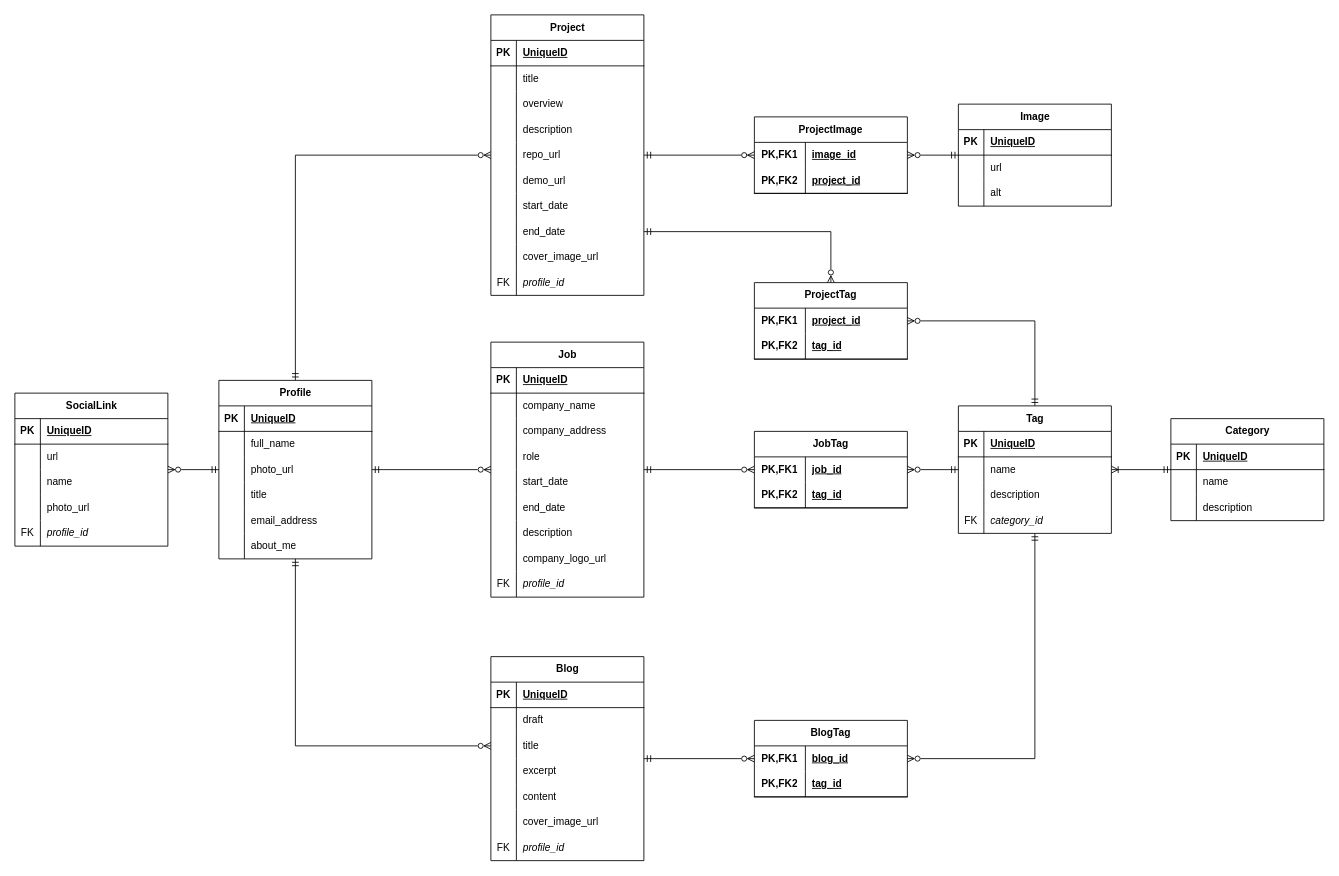
Before: src/db/docs/ERD.drawio in pieter-dutoit/portfolio, a draw.io diagram. Source tidied: cells renumbered, new cells numbered last; positions are measured from the earlier drawing's top-left corner, leaving out a move shared by most shapes. Both pictures are drawn from the tidied source at 85%, with x=0, y=0 at pixel (14, 14).
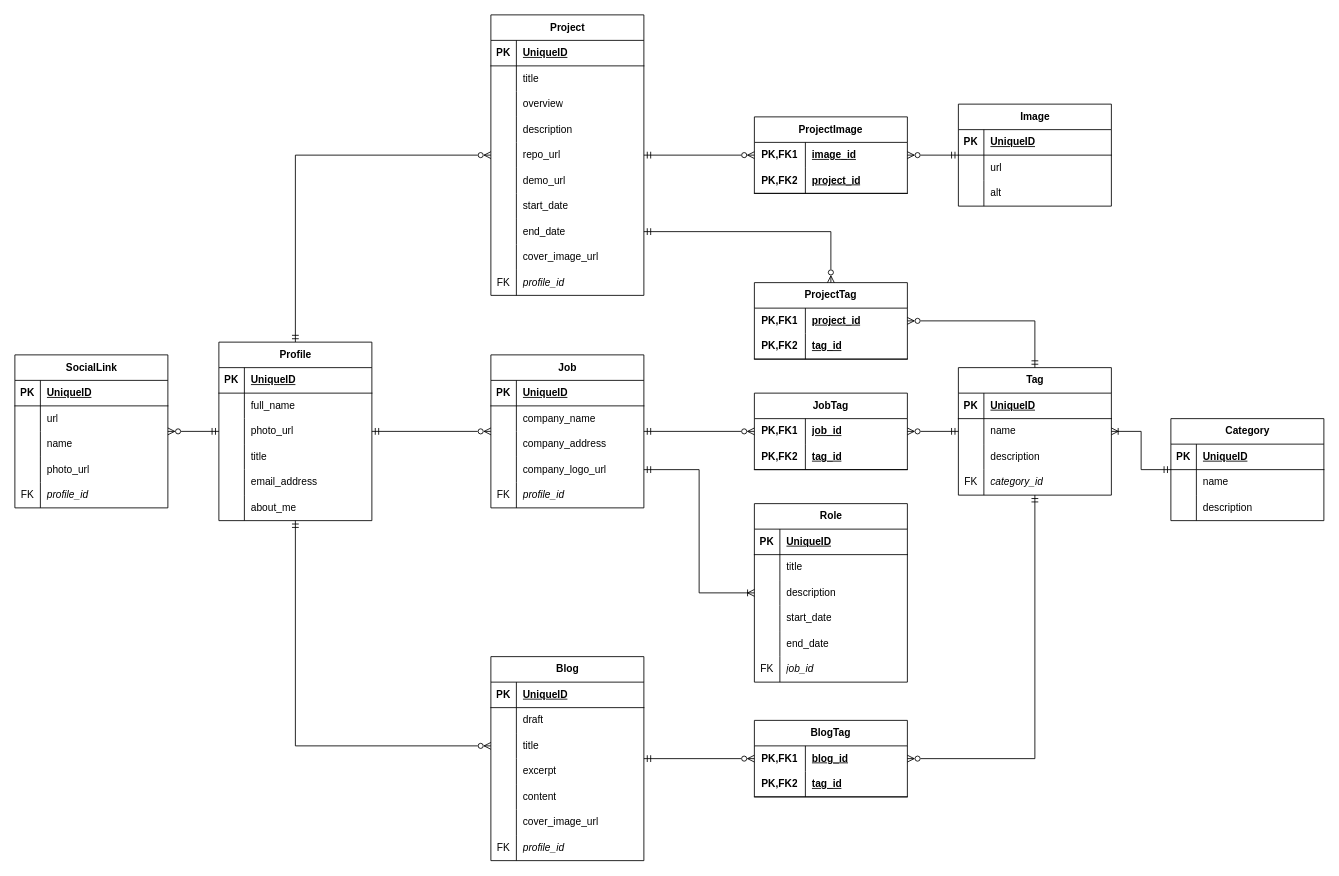
The same page after the edit.

The edit, as a diff of the source:
```diff
@@
     <mxCell id="4" value="Profile" style="shape=table;startSize=30;childLayout=tableLayout;rowLines=0;fontStyle=1;align=center;html=1;" parent="1" vertex="1">
-      <mxGeometry x="240" y="430" width="180" height="210" as="geometry" />
+      <mxGeometry x="240" y="385" width="180" height="210" as="geometry" />
     </mxCell>
@@
     <mxCell id="23" value="SocialLink" style="shape=table;startSize=30;childLayout=tableLayout;rowLines=0;fontStyle=1;align=center;html=1;" parent="1" vertex="1">
-      <mxGeometry y="445" width="180" height="180" as="geometry" />
+      <mxGeometry y="400" width="180" height="180" as="geometry" />
     </mxCell>
@@
     <mxCell id="40" value="Job" style="shape=table;startSize=30;childLayout=tableLayout;rowLines=0;fontStyle=1;align=center;html=1;" parent="1" vertex="1">
-      <mxGeometry x="560" y="385" width="180" height="300" as="geometry" />
+      <mxGeometry x="560" y="400" width="180" height="180" as="geometry" />
     </mxCell>
@@
-    <mxCell id="50" style="shape=tableRow;horizontal=0;startSize=0;swimlaneHead=0;swimlaneBody=0;fillColor=none;top=0;left=0;right=0;bottom=0;" parent="40" vertex="1">
-      <mxGeometry y="120" width="180" height="30" as="geometry" />
-    </mxCell>
-    <mxCell id="51" style="shape=partialRectangle;fillColor=none;top=0;left=0;bottom=0;right=0;overflow=hidden;whiteSpace=wrap;html=1;" parent="50" vertex="1">
-      <mxGeometry width="30" height="30" as="geometry" />
-    </mxCell>
-    <mxCell id="52" value="role" style="shape=partialRectangle;fillColor=none;top=0;left=0;bottom=0;right=0;align=left;spacingLeft=6;overflow=hidden;whiteSpace=wrap;html=1;" parent="50" vertex="1">
-      <mxGeometry x="30" width="150" height="30" as="geometry" />
-    </mxCell>
-    <mxCell id="53" style="shape=tableRow;horizontal=0;startSize=0;swimlaneHead=0;swimlaneBody=0;fillColor=none;top=0;left=0;right=0;bottom=0;" parent="40" vertex="1">
-      <mxGeometry y="150" width="180" height="30" as="geometry" />
-    </mxCell>
-    <mxCell id="54" style="shape=partialRectangle;fillColor=none;top=0;left=0;bottom=0;right=0;overflow=hidden;whiteSpace=wrap;html=1;" parent="53" vertex="1">
-      <mxGeometry width="30" height="30" as="geometry" />
-    </mxCell>
-    <mxCell id="55" value="start_date" style="shape=partialRectangle;fillColor=none;top=0;left=0;bottom=0;right=0;align=left;spacingLeft=6;overflow=hidden;whiteSpace=wrap;html=1;" parent="53" vertex="1">
-      <mxGeometry x="30" width="150" height="30" as="geometry" />
-    </mxCell>
-    <mxCell id="56" style="shape=tableRow;horizontal=0;startSize=0;swimlaneHead=0;swimlaneBody=0;fillColor=none;top=0;left=0;right=0;bottom=0;" parent="40" vertex="1">
-      <mxGeometry y="180" width="180" height="30" as="geometry" />
-    </mxCell>
-    <mxCell id="57" style="shape=partialRectangle;fillColor=none;top=0;left=0;bottom=0;right=0;overflow=hidden;whiteSpace=wrap;html=1;" parent="56" vertex="1">
-      <mxGeometry width="30" height="30" as="geometry" />
-    </mxCell>
-    <mxCell id="58" value="end_date" style="shape=partialRectangle;fillColor=none;top=0;left=0;bottom=0;right=0;align=left;spacingLeft=6;overflow=hidden;whiteSpace=wrap;html=1;" parent="56" vertex="1">
-      <mxGeometry x="30" width="150" height="30" as="geometry" />
-    </mxCell>
-    <mxCell id="59" style="shape=tableRow;horizontal=0;startSize=0;swimlaneHead=0;swimlaneBody=0;fillColor=none;top=0;left=0;right=0;bottom=0;" parent="40" vertex="1">
-      <mxGeometry y="210" width="180" height="30" as="geometry" />
-    </mxCell>
-    <mxCell id="60" style="shape=partialRectangle;fillColor=none;top=0;left=0;bottom=0;right=0;overflow=hidden;whiteSpace=wrap;html=1;" parent="59" vertex="1">
-      <mxGeometry width="30" height="30" as="geometry" />
-    </mxCell>
-    <mxCell id="61" value="description" style="shape=partialRectangle;fillColor=none;top=0;left=0;bottom=0;right=0;align=left;spacingLeft=6;overflow=hidden;whiteSpace=wrap;html=1;" parent="59" vertex="1">
-      <mxGeometry x="30" width="150" height="30" as="geometry" />
-    </mxCell>
     <mxCell id="62" style="shape=tableRow;horizontal=0;startSize=0;swimlaneHead=0;swimlaneBody=0;fillColor=none;points=[[0,0.5],[1,0.5]];portConstraint=eastwest;top=0;left=0;right=0;bottom=0;" parent="40" vertex="1">
-      <mxGeometry y="240" width="180" height="30" as="geometry" />
+      <mxGeometry y="120" width="180" height="30" as="geometry" />
     </mxCell>
@@
     <mxCell id="65" style="shape=tableRow;horizontal=0;startSize=0;swimlaneHead=0;swimlaneBody=0;fillColor=none;top=0;left=0;right=0;bottom=0;" parent="40" vertex="1">
-      <mxGeometry y="270" width="180" height="30" as="geometry" />
+      <mxGeometry y="150" width="180" height="30" as="geometry" />
     </mxCell>
@@
     <mxCell id="70" value="Tag" style="shape=table;startSize=30;childLayout=tableLayout;rowLines=0;fontStyle=1;align=center;html=1;" parent="1" vertex="1">
-      <mxGeometry x="1110" y="460" width="180" height="150" as="geometry" />
+      <mxGeometry x="1110" y="415" width="180" height="150" as="geometry" />
     </mxCell>
@@
     <mxCell id="94" value="JobTag" style="shape=table;startSize=30;childLayout=tableLayout;rowLines=0;fontStyle=1;align=center;html=1;whiteSpace=wrap;" parent="1" vertex="1">
-      <mxGeometry x="870" y="490" width="180" height="90" as="geometry" />
+      <mxGeometry x="870" y="445" width="180" height="90" as="geometry" />
     </mxCell>
@@
+    <mxCell id="192" value="Role" style="shape=table;startSize=30;childLayout=tableLayout;rowLines=0;fontStyle=1;align=center;html=1;" parent="1" vertex="1">
+      <mxGeometry x="870" y="575" width="180" height="210" as="geometry" />
+    </mxCell>
+    <mxCell id="193" style="shape=tableRow;horizontal=0;startSize=0;swimlaneHead=0;swimlaneBody=0;fillColor=none;top=0;left=0;right=0;bottom=1;" parent="192" vertex="1">
+      <mxGeometry y="30" width="180" height="30" as="geometry" />
+    </mxCell>
+    <mxCell id="194" value="PK" style="shape=partialRectangle;fillColor=none;top=0;left=0;bottom=0;right=0;fontStyle=1;overflow=hidden;whiteSpace=wrap;html=1;" parent="193" vertex="1">
+      <mxGeometry width="30" height="30" as="geometry" />
+    </mxCell>
+    <mxCell id="195" value="UniqueID" style="shape=partialRectangle;fillColor=none;top=0;left=0;bottom=0;right=0;align=left;spacingLeft=6;fontStyle=5;overflow=hidden;whiteSpace=wrap;html=1;" parent="193" vertex="1">
+      <mxGeometry x="30" width="150" height="30" as="geometry" />
+    </mxCell>
+    <mxCell id="196" style="shape=tableRow;horizontal=0;startSize=0;swimlaneHead=0;swimlaneBody=0;fillColor=none;top=0;left=0;right=0;bottom=0;" parent="192" vertex="1">
+      <mxGeometry y="60" width="180" height="30" as="geometry" />
+    </mxCell>
+    <mxCell id="197" value="&lt;div&gt;&lt;br/&gt;&lt;/div&gt;" style="shape=partialRectangle;fillColor=none;top=0;left=0;bottom=0;right=0;overflow=hidden;whiteSpace=wrap;html=1;" parent="196" vertex="1">
+      <mxGeometry width="30" height="30" as="geometry" />
+    </mxCell>
+    <mxCell id="198" value="title" style="shape=partialRectangle;fillColor=none;top=0;left=0;bottom=0;right=0;align=left;spacingLeft=6;overflow=hidden;whiteSpace=wrap;html=1;" parent="196" vertex="1">
+      <mxGeometry x="30" width="150" height="30" as="geometry" />
+    </mxCell>
+    <mxCell id="199" style="shape=tableRow;horizontal=0;startSize=0;swimlaneHead=0;swimlaneBody=0;fillColor=none;points=[[0,0.5],[1,0.5]];portConstraint=eastwest;top=0;left=0;right=0;bottom=0;" parent="192" vertex="1">
+      <mxGeometry y="90" width="180" height="30" as="geometry" />
+    </mxCell>
+    <mxCell id="200" value="&lt;div&gt;&lt;br/&gt;&lt;/div&gt;" style="shape=partialRectangle;fillColor=none;top=0;left=0;bottom=0;right=0;overflow=hidden;whiteSpace=wrap;html=1;" parent="199" vertex="1">
+      <mxGeometry width="30" height="30" as="geometry" />
+    </mxCell>
+    <mxCell id="61" value="description" style="shape=partialRectangle;fillColor=none;top=0;left=0;bottom=0;right=0;align=left;spacingLeft=6;overflow=hidden;whiteSpace=wrap;html=1;" parent="199" vertex="1">
+      <mxGeometry x="30" width="150" height="30" as="geometry" />
+    </mxCell>
+    <mxCell id="50" style="shape=tableRow;horizontal=0;startSize=0;swimlaneHead=0;swimlaneBody=0;fillColor=none;top=0;left=0;right=0;bottom=0;" parent="192" vertex="1">
+      <mxGeometry y="120" width="180" height="30" as="geometry" />
+    </mxCell>
+    <mxCell id="201" style="shape=partialRectangle;fillColor=none;top=0;left=0;bottom=0;right=0;overflow=hidden;whiteSpace=wrap;html=1;" parent="50" vertex="1">
+      <mxGeometry width="30" height="30" as="geometry" />
+    </mxCell>
+    <mxCell id="55" value="start_date" style="shape=partialRectangle;fillColor=none;top=0;left=0;bottom=0;right=0;align=left;spacingLeft=6;overflow=hidden;whiteSpace=wrap;html=1;" parent="50" vertex="1">
+      <mxGeometry x="30" width="150" height="30" as="geometry" />
+    </mxCell>
+    <mxCell id="53" style="shape=tableRow;horizontal=0;startSize=0;swimlaneHead=0;swimlaneBody=0;fillColor=none;top=0;left=0;right=0;bottom=0;" parent="192" vertex="1">
+      <mxGeometry y="150" width="180" height="30" as="geometry" />
+    </mxCell>
+    <mxCell id="202" style="shape=partialRectangle;fillColor=none;top=0;left=0;bottom=0;right=0;overflow=hidden;whiteSpace=wrap;html=1;" parent="53" vertex="1">
+      <mxGeometry width="30" height="30" as="geometry" />
+    </mxCell>
+    <mxCell id="58" value="end_date" style="shape=partialRectangle;fillColor=none;top=0;left=0;bottom=0;right=0;align=left;spacingLeft=6;overflow=hidden;whiteSpace=wrap;html=1;" parent="53" vertex="1">
+      <mxGeometry x="30" width="150" height="30" as="geometry" />
+    </mxCell>
+    <mxCell id="56" style="shape=tableRow;horizontal=0;startSize=0;swimlaneHead=0;swimlaneBody=0;fillColor=none;top=0;left=0;right=0;bottom=0;" parent="192" vertex="1">
+      <mxGeometry y="180" width="180" height="30" as="geometry" />
+    </mxCell>
+    <mxCell id="203" value="FK" style="shape=partialRectangle;fillColor=none;top=0;left=0;bottom=0;right=0;overflow=hidden;whiteSpace=wrap;html=1;" parent="56" vertex="1">
+      <mxGeometry width="30" height="30" as="geometry" />
+    </mxCell>
+    <mxCell id="204" value="&lt;i&gt;job_id&amp;nbsp;&lt;/i&gt;" style="shape=partialRectangle;fillColor=none;top=0;left=0;bottom=0;right=0;align=left;spacingLeft=6;overflow=hidden;whiteSpace=wrap;html=1;" parent="56" vertex="1">
+      <mxGeometry x="30" width="150" height="30" as="geometry" />
+    </mxCell>
+    <mxCell id="205" style="edgeStyle=orthogonalEdgeStyle;rounded=0;jettySize=auto;html=1;exitX=1;exitY=0.5;exitDx=0;exitDy=0;endArrow=ERoneToMany;endFill=0;startArrow=ERmandOne;startFill=0;entryX=0;entryY=0.5;entryDx=0;entryDy=0;" parent="1" edge="1" source="62" target="199">
+      <mxGeometry relative="1" as="geometry" />
+    </mxCell>
```
